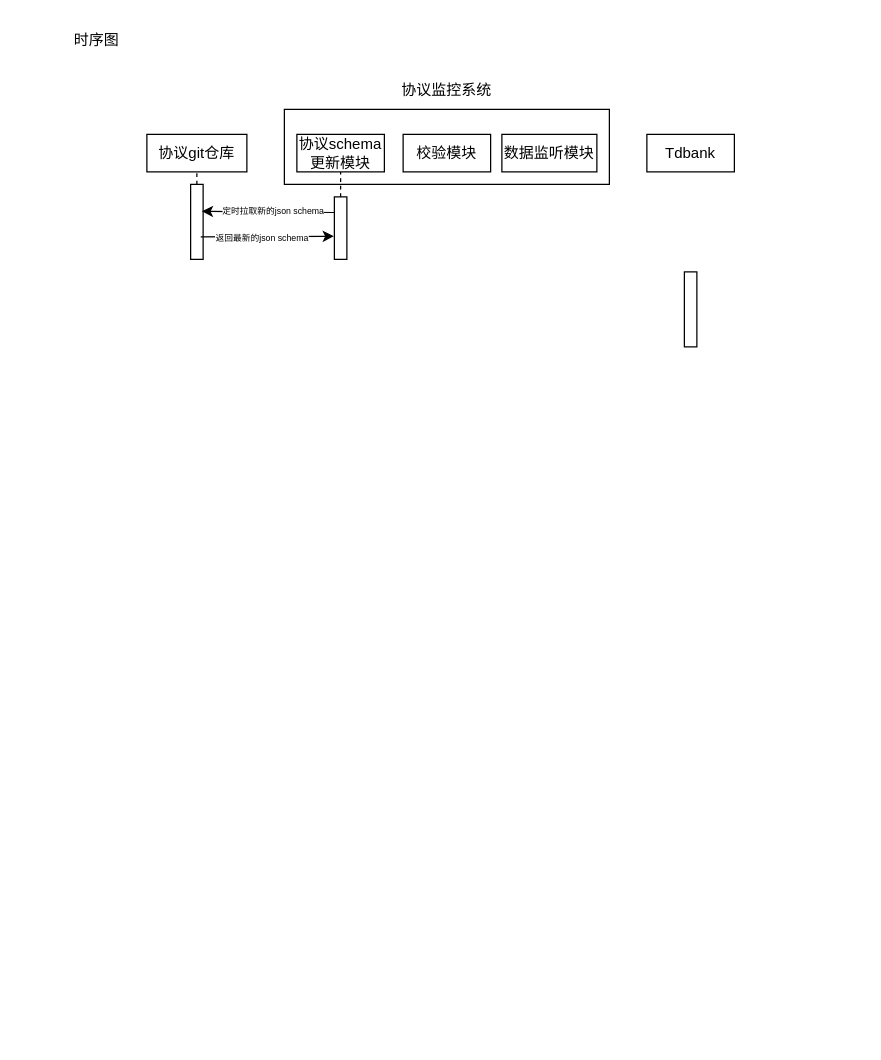
This is 协议治理-设计.drawio from ksd11/charts, a draw.io file, before an edit. Source tidied: cells renumbered, new cells numbered last; positions are measured from the earlier drawing's top-left corner, leaving out a move shared by most shapes. Both pictures are drawn from the tidied source at 125%, with x=0, y=0 at pixel (59, 21).
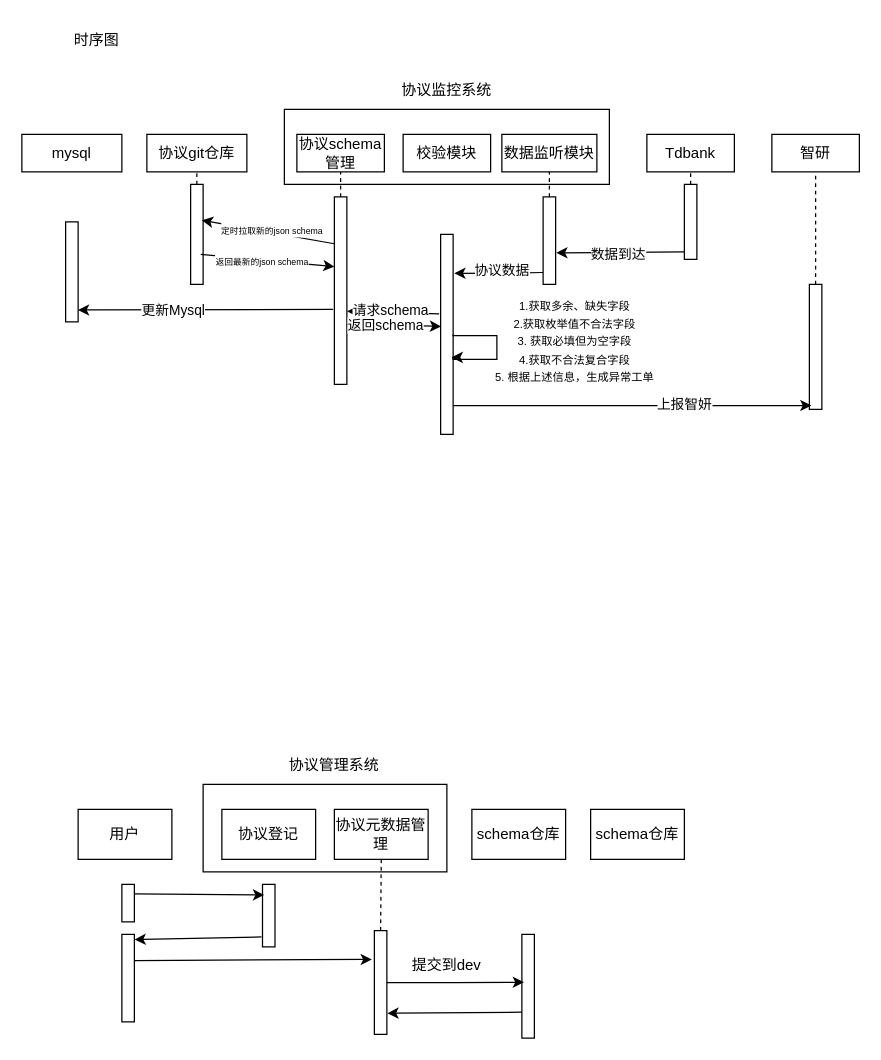
Above is the later version.

Commit message (it also covers changes not shown here):
更新协议治理-设计.drawio

The change refers to these unchanged cells:
```xml
<mxCell id="16" value="Tdbank" style="rounded=0;whiteSpace=wrap;html=1;" parent="1" vertex="1">
  <mxGeometry x="470" y="90" width="70" height="30" as="geometry" />
</mxCell>
<mxCell id="18" value="数据监听模块" style="rounded=0;whiteSpace=wrap;html=1;" parent="1" vertex="1">
  <mxGeometry x="354" y="90" width="76" height="30" as="geometry" />
</mxCell>
```

Change to the diagram source:
```diff
@@
+    <mxCell id="19" style="rounded=0;whiteSpace=wrap;html=1;" parent="1" vertex="1">
+      <mxGeometry x="115" y="610" width="195" height="70" as="geometry" />
+    </mxCell>
@@
-    <mxCell id="5" value="协议schema更新模块" style="rounded=0;whiteSpace=wrap;html=1;" parent="1" vertex="1">
+    <mxCell id="5" value="协议schema管理" style="rounded=0;whiteSpace=wrap;html=1;" parent="1" vertex="1">
       <mxGeometry x="190" y="90" width="70" height="30" as="geometry" />
     </mxCell>
@@
     <mxCell id="9" style="rounded=0;whiteSpace=wrap;html=1;" parent="1" vertex="1">
-      <mxGeometry x="105" y="130" width="10" height="60" as="geometry" />
+      <mxGeometry x="105" y="130" width="10" height="80" as="geometry" />
     </mxCell>
@@
     <mxCell id="11" style="rounded=0;whiteSpace=wrap;html=1;" parent="1" vertex="1">
-      <mxGeometry x="220" y="140" width="10" height="50" as="geometry" />
+      <mxGeometry x="220" y="140" width="10" height="150" as="geometry" />
     </mxCell>
@@
-    <mxCell id="14" style="endArrow=classic;html=1;rounded=0;entryX=-0.039;entryY=0.631;entryDx=0;entryDy=0;entryPerimeter=0;exitX=0.809;exitY=0.7;exitDx=0;exitDy=0;exitPerimeter=0;" parent="1" edge="1" source="9" target="11">
+    <mxCell id="14" style="endArrow=classic;html=1;rounded=0;entryX=0.011;entryY=0.372;entryDx=0;entryDy=0;entryPerimeter=0;exitX=0.809;exitY=0.7;exitDx=0;exitDy=0;exitPerimeter=0;" parent="1" edge="1" source="9" target="11">
       <mxGeometry relative="1" as="geometry" />
     </mxCell>
@@
     <mxCell id="17" style="rounded=0;whiteSpace=wrap;html=1;" parent="1" vertex="1">
-      <mxGeometry x="500" y="200" width="10" height="60" as="geometry" />
+      <mxGeometry x="500" y="130" width="10" height="60" as="geometry" />
     </mxCell>
@@
+    <mxCell id="20" style="endArrow=none;dashed=1;html=1;rounded=0;entryX=0.5;entryY=1;entryDx=0;entryDy=0;" parent="1" edge="1" target="16">
+      <mxGeometry relative="1" as="geometry">
+        <mxPoint x="505" y="130" as="sourcePoint" />
+      </mxGeometry>
+    </mxCell>
+    <mxCell id="21" style="rounded=0;whiteSpace=wrap;html=1;" parent="1" vertex="1">
+      <mxGeometry x="387" y="140" width="10" height="70" as="geometry" />
+    </mxCell>
+    <mxCell id="22" style="endArrow=classic;html=1;rounded=0;exitX=0;exitY=0.25;exitDx=0;exitDy=0;entryX=1.047;entryY=0.096;entryDx=0;entryDy=0;entryPerimeter=0;" parent="1" edge="1">
+      <mxGeometry relative="1" as="geometry">
+        <mxPoint x="500" y="184" as="sourcePoint" />
+        <mxPoint x="397.5" y="184.8" as="targetPoint" />
+      </mxGeometry>
+    </mxCell>
+    <mxCell id="23" value="数据到达" style="edgeLabel;html=1;align=center;verticalAlign=middle;" parent="22" vertex="1">
+      <mxGeometry x="0.05" y="1" relative="1" as="geometry" />
+    </mxCell>
+    <mxCell id="24" style="endArrow=none;dashed=1;html=1;rounded=0;entryX=0.5;entryY=1;entryDx=0;entryDy=0;exitX=0.5;exitY=0;exitDx=0;exitDy=0;" parent="1" edge="1" source="21" target="18">
+      <mxGeometry relative="1" as="geometry" />
+    </mxCell>
+    <mxCell id="25" style="rounded=0;whiteSpace=wrap;html=1;" parent="1" vertex="1">
+      <mxGeometry x="305" y="170" width="10" height="160" as="geometry" />
+    </mxCell>
+    <mxCell id="26" style="edgeStyle=orthogonalEdgeStyle;rounded=0;orthogonalLoop=1;jettySize=auto;html=1;exitX=0;exitY=0.75;exitDx=0;exitDy=0;entryX=1.089;entryY=0.116;entryDx=0;entryDy=0;entryPerimeter=0;" parent="1" edge="1">
+      <mxGeometry relative="1" as="geometry">
+        <mxPoint x="387" y="200.5" as="sourcePoint" />
+        <mxPoint x="315.9" y="201.2" as="targetPoint" />
+      </mxGeometry>
+    </mxCell>
+    <mxCell id="27" value="协议数据" style="edgeLabel;html=1;align=center;verticalAlign=middle;" parent="26" vertex="1">
+      <mxGeometry x="-0.08" y="-2" relative="1" as="geometry" />
+    </mxCell>
+    <mxCell id="28" value="智研" style="rounded=0;whiteSpace=wrap;html=1;" parent="1" vertex="1">
+      <mxGeometry x="570" y="90" width="70" height="30" as="geometry" />
+    </mxCell>
+    <mxCell id="29" style="rounded=0;whiteSpace=wrap;html=1;" parent="1" vertex="1">
+      <mxGeometry x="600" y="210" width="10" height="100" as="geometry" />
+    </mxCell>
+    <mxCell id="30" style="endArrow=none;dashed=1;html=1;rounded=0;entryX=0.5;entryY=1;entryDx=0;entryDy=0;exitX=0.5;exitY=0;exitDx=0;exitDy=0;" parent="1" edge="1" source="29" target="28">
+      <mxGeometry relative="1" as="geometry" />
+    </mxCell>
+    <mxCell id="31" value="mysql" style="rounded=0;whiteSpace=wrap;html=1;" parent="1" vertex="1">
+      <mxGeometry x="-30" y="90" width="80" height="30" as="geometry" />
+    </mxCell>
+    <mxCell id="32" style="rounded=0;whiteSpace=wrap;html=1;" parent="1" vertex="1">
+      <mxGeometry x="5" y="160" width="10" height="80" as="geometry" />
+    </mxCell>
+    <mxCell id="33" style="endArrow=classic;html=1;rounded=0;entryX=0.984;entryY=0.881;entryDx=0;entryDy=0;entryPerimeter=0;" parent="1" edge="1" target="32">
+      <mxGeometry relative="1" as="geometry">
+        <mxPoint x="219" y="230" as="sourcePoint" />
+      </mxGeometry>
+    </mxCell>
+    <mxCell id="34" value="更新Mysql" style="edgeLabel;html=1;align=center;verticalAlign=middle;" parent="33" vertex="1">
+      <mxGeometry x="0.26" relative="1" as="geometry" />
+    </mxCell>
+    <mxCell id="35" style="endArrow=classic;html=1;rounded=0;exitX=-0.121;exitY=0.398;exitDx=0;exitDy=0;exitPerimeter=0;entryX=1.011;entryY=0.61;entryDx=0;entryDy=0;entryPerimeter=0;" parent="1" edge="1" source="25" target="11">
+      <mxGeometry relative="1" as="geometry" />
+    </mxCell>
+    <mxCell id="36" value="请求schema" style="edgeLabel;html=1;align=center;verticalAlign=middle;" parent="35" vertex="1">
+      <mxGeometry x="0.06" y="-2" relative="1" as="geometry" />
+    </mxCell>
+    <mxCell id="37" style="endArrow=classic;html=1;rounded=0;entryX=0.037;entryY=0.46;entryDx=0;entryDy=0;entryPerimeter=0;exitX=1;exitY=0.68;exitDx=0;exitDy=0;exitPerimeter=0;" parent="1" edge="1" source="11" target="25">
+      <mxGeometry relative="1" as="geometry" />
+    </mxCell>
+    <mxCell id="38" value="返回schema" style="edgeLabel;html=1;align=center;verticalAlign=middle;" parent="37" vertex="1">
+      <mxGeometry x="-0.17" relative="1" as="geometry" />
+    </mxCell>
+    <mxCell id="39" style="endArrow=classic;html=1;rounded=0;edgeStyle=orthogonalEdgeStyle;entryX=0.879;entryY=0.615;entryDx=0;entryDy=0;entryPerimeter=0;" parent="1" edge="1" target="25">
+      <mxGeometry relative="1" as="geometry">
+        <mxPoint x="315" y="250" as="sourcePoint" />
+        <Array as="points">
+          <mxPoint x="315" y="251" />
+          <mxPoint x="350" y="251" />
+          <mxPoint x="350" y="270" />
+          <mxPoint x="315" y="270" />
+          <mxPoint x="315" y="268" />
+        </Array>
+      </mxGeometry>
+    </mxCell>
+    <mxCell id="40" value="&lt;font style=&quot;font-size: 9px;&quot;&gt;1.获取多余、缺失字段&lt;/font&gt;&lt;div&gt;&lt;font style=&quot;font-size: 9px;&quot;&gt;2.获取枚举值不合法字段&lt;/font&gt;&lt;/div&gt;&lt;div&gt;&lt;font style=&quot;font-size: 9px;&quot;&gt;3. 获取必填但为空字段&lt;/font&gt;&lt;/div&gt;&lt;div&gt;&lt;font style=&quot;font-size: 9px;&quot;&gt;4.获取不合法复合字段&lt;/font&gt;&lt;/div&gt;&lt;div&gt;&lt;font style=&quot;font-size: 9px;&quot;&gt;5. 根据上述信息，生成异常工单&lt;/font&gt;&lt;/div&gt;" style="text;html=1;align=center;verticalAlign=middle;whiteSpace=wrap;rounded=0;" parent="1" vertex="1">
+      <mxGeometry x="345" y="240" width="135" height="30" as="geometry" />
+    </mxCell>
+    <mxCell id="41" style="endArrow=classic;html=1;rounded=0;entryX=0.168;entryY=0.799;entryDx=0;entryDy=0;entryPerimeter=0;exitX=1;exitY=0.75;exitDx=0;exitDy=0;" parent="1" edge="1">
+      <mxGeometry relative="1" as="geometry">
+        <mxPoint x="315" y="307" as="sourcePoint" />
+        <mxPoint x="601.7" y="306.9" as="targetPoint" />
+      </mxGeometry>
+    </mxCell>
+    <mxCell id="42" value="上报智妍" style="edgeLabel;html=1;align=center;verticalAlign=middle;" parent="41" vertex="1">
+      <mxGeometry x="0.29" y="1" relative="1" as="geometry" />
+    </mxCell>
+    <mxCell id="43" value="用户" style="rounded=0;whiteSpace=wrap;html=1;" parent="1" vertex="1">
+      <mxGeometry x="15" y="630" width="75" height="40" as="geometry" />
+    </mxCell>
+    <mxCell id="44" value="协议登记" style="rounded=0;whiteSpace=wrap;html=1;" parent="1" vertex="1">
+      <mxGeometry x="130" y="630" width="75" height="40" as="geometry" />
+    </mxCell>
+    <mxCell id="45" value="协议管理系统" style="text;html=1;align=center;verticalAlign=middle;whiteSpace=wrap;rounded=0;" parent="1" vertex="1">
+      <mxGeometry x="175" y="580" width="90" height="30" as="geometry" />
+    </mxCell>
+    <mxCell id="46" style="rounded=0;whiteSpace=wrap;html=1;" parent="1" vertex="1">
+      <mxGeometry x="50" y="690" width="10" height="30" as="geometry" />
+    </mxCell>
+    <mxCell id="47" value="协议元数据管理" style="rounded=0;whiteSpace=wrap;html=1;" parent="1" vertex="1">
+      <mxGeometry x="220" y="630" width="75" height="40" as="geometry" />
+    </mxCell>
+    <mxCell id="48" style="rounded=0;whiteSpace=wrap;html=1;" parent="1" vertex="1">
+      <mxGeometry x="162.5" y="690" width="10" height="50" as="geometry" />
+    </mxCell>
+    <mxCell id="49" style="rounded=0;whiteSpace=wrap;html=1;" parent="1" vertex="1">
+      <mxGeometry x="252" y="727" width="10" height="83" as="geometry" />
+    </mxCell>
+    <mxCell id="50" style="endArrow=classic;html=1;rounded=0;exitX=1;exitY=0.25;exitDx=0;exitDy=0;entryX=0.129;entryY=0.17;entryDx=0;entryDy=0;entryPerimeter=0;" parent="1" edge="1" source="46" target="48">
+      <mxGeometry relative="1" as="geometry" />
+    </mxCell>
+    <mxCell id="51" style="rounded=0;whiteSpace=wrap;html=1;" parent="1" vertex="1">
+      <mxGeometry x="50" y="730" width="10" height="70" as="geometry" />
+    </mxCell>
+    <mxCell id="52" style="endArrow=classic;html=1;rounded=0;exitX=-0.082;exitY=0.841;exitDx=0;exitDy=0;entryX=1.011;entryY=0.059;entryDx=0;entryDy=0;entryPerimeter=0;exitPerimeter=0;" parent="1" edge="1" source="48" target="51">
+      <mxGeometry relative="1" as="geometry" />
+    </mxCell>
+    <mxCell id="53" style="endArrow=classic;html=1;rounded=0;exitX=1.011;exitY=0.3;exitDx=0;exitDy=0;exitPerimeter=0;" parent="1" edge="1" source="51">
+      <mxGeometry relative="1" as="geometry">
+        <mxPoint x="250" y="750" as="targetPoint" />
+      </mxGeometry>
+    </mxCell>
+    <mxCell id="54" style="endArrow=none;dashed=1;html=1;rounded=0;entryX=0.5;entryY=1;entryDx=0;entryDy=0;exitX=0.5;exitY=0;exitDx=0;exitDy=0;" parent="1" edge="1" source="49" target="47">
+      <mxGeometry relative="1" as="geometry" />
+    </mxCell>
+    <mxCell id="55" value="schema仓库" style="rounded=0;whiteSpace=wrap;html=1;" parent="1" vertex="1">
+      <mxGeometry x="330" y="630" width="75" height="40" as="geometry" />
+    </mxCell>
+    <mxCell id="56" style="rounded=0;whiteSpace=wrap;html=1;" parent="1" vertex="1">
+      <mxGeometry x="370" y="730" width="10" height="83" as="geometry" />
+    </mxCell>
+    <mxCell id="57" style="edgeStyle=orthogonalEdgeStyle;rounded=0;jettySize=auto;html=1;exitX=1;exitY=0.5;exitDx=0;exitDy=0;entryX=0.168;entryY=0.462;entryDx=0;entryDy=0;entryPerimeter=0;" parent="1" edge="1" source="49" target="56">
+      <mxGeometry relative="1" as="geometry" />
+    </mxCell>
+    <mxCell id="58" value="提交到dev" style="text;html=1;align=center;verticalAlign=middle;whiteSpace=wrap;rounded=0;" parent="1" vertex="1">
+      <mxGeometry x="280" y="740" width="60" height="30" as="geometry" />
+    </mxCell>
+    <mxCell id="59" style="endArrow=classic;html=1;rounded=0;exitX=0;exitY=0.75;exitDx=0;exitDy=0;entryX=1.038;entryY=0.796;entryDx=0;entryDy=0;entryPerimeter=0;" parent="1" edge="1" source="56" target="49">
+      <mxGeometry relative="1" as="geometry" />
+    </mxCell>
+    <mxCell id="60" value="schema仓库" style="rounded=0;whiteSpace=wrap;html=1;" parent="1" vertex="1">
+      <mxGeometry x="425" y="630" width="75" height="40" as="geometry" />
+    </mxCell>
```
